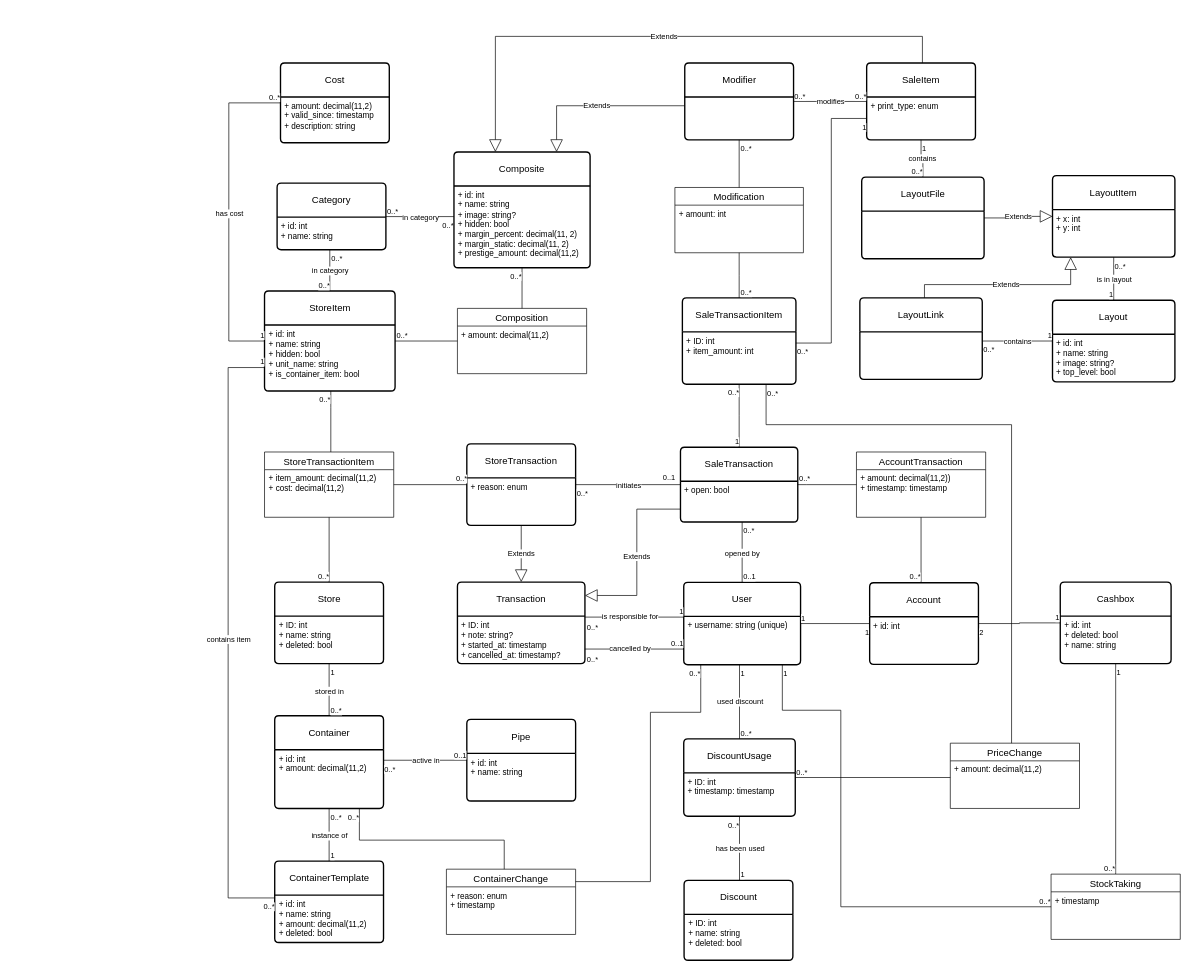
Above: page "ER_New" (1 of 5) of doc/Diagrams.drawio.xml in MrakDun-desu/kis-v4 (draw.io), before the change. Source tidied: cells renumbered, new cells numbered last; positions are measured from the earlier drawing's top-left corner, leaving out a move shared by most shapes. Both pictures are drawn from the tidied source at 68%, with x=0, y=0 at pixel (228, 36).
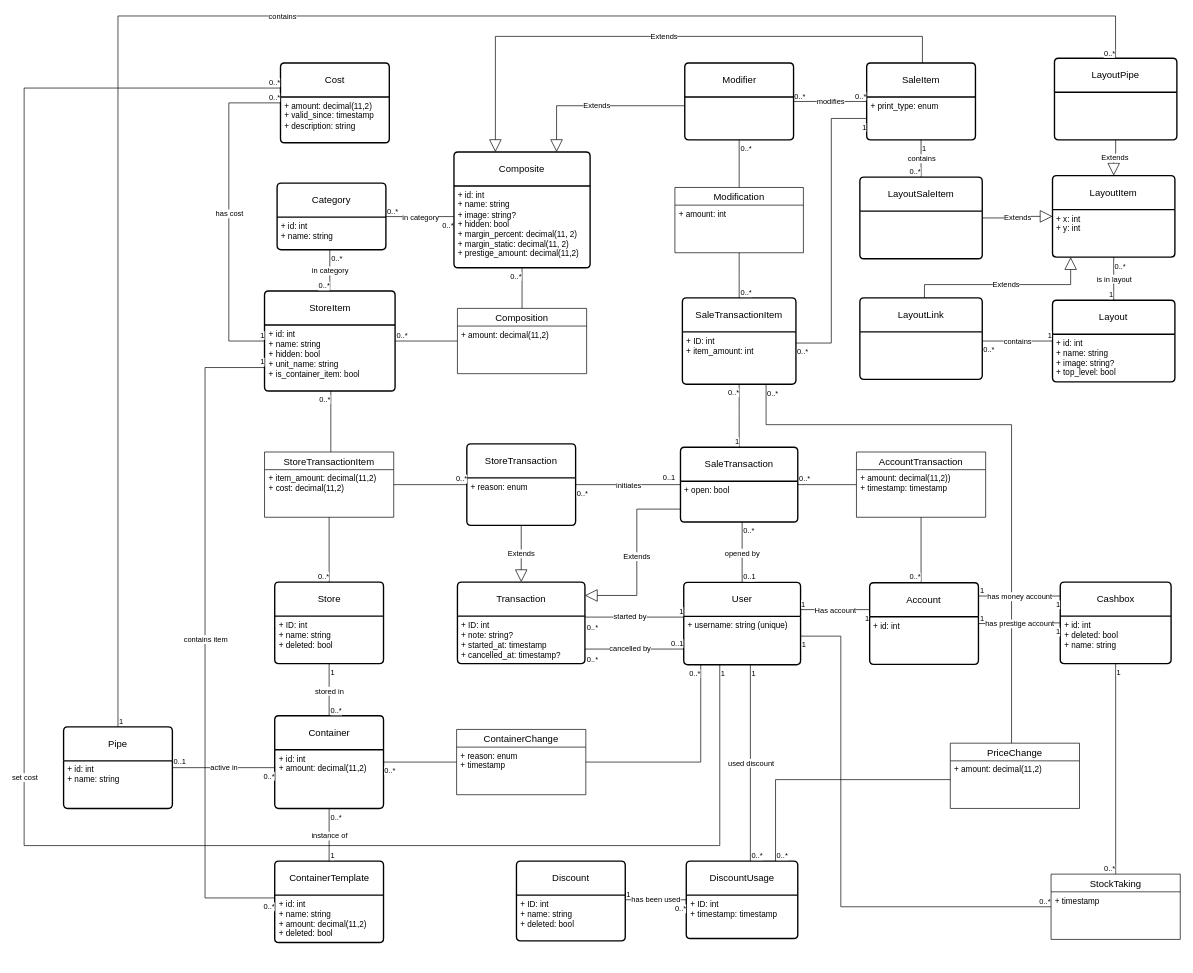
Above is the later version.

Unchanged cells that the change refers to:
```xml
<mxCell id="4" value="&lt;div&gt;StoreItem&lt;/div&gt;" style="swimlane;horizontal=1;startSize=50;rounded=1;fontSize=14;fontStyle=0;strokeWidth=2;shadow=0;dashed=0;align=center;arcSize=4;whiteSpace=wrap;html=1;" parent="1" vertex="1">
  <mxGeometry x="53.5" y="374.5" width="192" height="147" as="geometry" />
</mxCell>
<mxCell id="12" value="Cashbox" style="swimlane;horizontal=1;startSize=50;rounded=1;fontSize=14;fontStyle=0;strokeWidth=2;shadow=0;dashed=0;align=center;arcSize=4;whiteSpace=wrap;html=1;" parent="1" vertex="1">
  <mxGeometry x="1223.7" y="802.5" width="163" height="120" as="geometry" />
</mxCell>
<mxCell id="16" value="User" style="swimlane;horizontal=1;startSize=50;rounded=1;fontSize=14;fontStyle=0;strokeWidth=2;shadow=0;dashed=0;align=center;arcSize=4;whiteSpace=wrap;html=1;" parent="1" vertex="1">
  <mxGeometry x="670" y="803" width="171.8" height="121" as="geometry" />
</mxCell>
<mxCell id="22" value="Container" style="swimlane;horizontal=1;startSize=50;rounded=1;fontSize=14;fontStyle=0;strokeWidth=2;shadow=0;dashed=0;align=center;arcSize=4;whiteSpace=wrap;html=1;" parent="1" vertex="1">
  <mxGeometry x="68.5" y="999" width="160" height="136.4" as="geometry" />
</mxCell>
<mxCell id="40" style="endArrow=none;html=1;rounded=0;endFill=0;edgeStyle=orthogonalEdgeStyle;" parent="1" edge="1" source="6" target="16">
  <mxGeometry relative="1" as="geometry">
    <Array as="points">
      <mxPoint x="595" y="854" />
      <mxPoint x="595" y="854" />
    </Array>
  </mxGeometry>
</mxCell>
<mxCell id="52" style="endArrow=none;html=1;rounded=0;endFill=0;edgeStyle=orthogonalEdgeStyle;" parent="1" edge="1" source="50" target="22">
  <mxGeometry relative="1" as="geometry">
    <Array as="points">
      <mxPoint x="155" y="1059.2" />
    </Array>
  </mxGeometry>
</mxCell>
<mxCell id="64" value="Account" style="swimlane;horizontal=1;startSize=50;rounded=1;fontSize=14;fontStyle=0;strokeWidth=2;shadow=0;dashed=0;align=center;arcSize=4;whiteSpace=wrap;html=1;" parent="1" vertex="1">
  <mxGeometry x="943.4" y="803.5" width="160" height="120" as="geometry" />
</mxCell>
<mxCell id="70" value="Cost" style="swimlane;horizontal=1;startSize=50;rounded=1;fontSize=14;fontStyle=0;strokeWidth=2;shadow=0;dashed=0;align=center;arcSize=4;whiteSpace=wrap;html=1;" parent="1" vertex="1">
  <mxGeometry x="77" y="39.2" width="160" height="117.2" as="geometry" />
</mxCell>
<mxCell id="78" value="PriceChange" style="swimlane;fontStyle=0;horizontal=1;startSize=26;align=center;fontSize=14;" parent="1" vertex="1">
  <mxGeometry x="1062" y="1039.4" width="190" height="96" as="geometry" />
</mxCell>
<mxCell id="130" value="LayoutItem" style="swimlane;horizontal=1;startSize=50;rounded=1;fontSize=14;fontStyle=0;strokeWidth=2;shadow=0;dashed=0;align=center;arcSize=4;whiteSpace=wrap;html=1;" parent="1" vertex="1">
  <mxGeometry x="1212.3" y="204.7" width="180" height="120" as="geometry" />
</mxCell>
<mxCell id="146" value="ContainerTemplate" style="swimlane;horizontal=1;startSize=50;rounded=1;fontSize=14;fontStyle=0;strokeWidth=2;shadow=0;dashed=0;align=center;arcSize=4;whiteSpace=wrap;html=1;" parent="1" vertex="1">
  <mxGeometry x="68.5" y="1212.8" width="160" height="119.7" as="geometry" />
</mxCell>
<mxCell id="175" value="StockTaking" style="swimlane;fontStyle=0;horizontal=1;startSize=26;align=center;fontSize=14;fontColor=default;" parent="1" vertex="1">
  <mxGeometry x="1210.2" y="1232" width="190" height="96" as="geometry" />
</mxCell>
```

What changed in the source:
```diff
@@
-    <mxCell id="41" value="is responsible for" style="edgeLabel;html=1;align=center;verticalAlign=middle;" parent="40" vertex="1">
+    <mxCell id="41" value="started by" style="edgeLabel;html=1;align=center;verticalAlign=middle;" parent="40" vertex="1">
       <mxGeometry relative="1" as="geometry">
         <mxPoint x="-7" y="-2" as="offset" />
       </mxGeometry>
     </mxCell>
@@
     <mxCell id="50" value="Pipe" style="swimlane;horizontal=1;startSize=50;rounded=1;fontSize=14;fontStyle=0;strokeWidth=2;shadow=0;dashed=0;align=center;arcSize=4;whiteSpace=wrap;html=1;" parent="1" vertex="1">
-      <mxGeometry x="351" y="1004.5" width="160" height="120" as="geometry" />
+      <mxGeometry x="-242" y="1015.4" width="160" height="120" as="geometry" />
     </mxCell>
@@
-    <mxCell id="54" value="0..1" style="edgeLabel;html=1;align=right;verticalAlign=bottom;" parent="52" vertex="1">
+    <mxCell id="54" value="0..1" style="edgeLabel;html=1;align=left;verticalAlign=bottom;" parent="52" vertex="1">
       <mxGeometry x="-1" relative="1" as="geometry" />
     </mxCell>
-    <mxCell id="55" value="0..*" style="edgeLabel;html=1;align=left;verticalAlign=top;" parent="52" vertex="1">
+    <mxCell id="55" value="0..*" style="edgeLabel;html=1;align=right;verticalAlign=top;" parent="52" vertex="1">
       <mxGeometry x="1" relative="1" as="geometry" />
     </mxCell>
     <mxCell id="56" value="Discount" style="swimlane;horizontal=1;startSize=50;rounded=1;fontSize=14;fontStyle=0;strokeWidth=2;shadow=0;dashed=0;align=center;arcSize=4;whiteSpace=wrap;html=1;" parent="1" vertex="1">
-      <mxGeometry x="670.5" y="1241.2" width="160" height="117.4" as="geometry" />
+      <mxGeometry x="424" y="1212.8" width="160" height="117.4" as="geometry" />
     </mxCell>
@@
     <mxCell id="68" value="DiscountUsage" style="swimlane;horizontal=1;startSize=50;rounded=1;fontSize=14;fontStyle=0;strokeWidth=2;shadow=0;dashed=0;align=center;arcSize=4;whiteSpace=wrap;html=1;" parent="1" vertex="1">
-      <mxGeometry x="670" y="1033" width="164" height="113.8" as="geometry" />
+      <mxGeometry x="673.7" y="1212.8" width="164" height="113.8" as="geometry" />
     </mxCell>
@@
     <mxCell id="80" style="endArrow=none;html=1;rounded=0;endFill=0;edgeStyle=orthogonalEdgeStyle;" parent="1" edge="1" source="68" target="78">
       <mxGeometry relative="1" as="geometry">
         <Array as="points">
-          <mxPoint x="1094.5" y="1093.2" />
-          <mxPoint x="1094.5" y="1093.2" />
+          <mxPoint x="805" y="1093" />
         </Array>
       </mxGeometry>
     </mxCell>
@@
     <mxCell id="82" style="endArrow=none;html=1;rounded=0;endFill=0;edgeStyle=orthogonalEdgeStyle;" parent="1" edge="1" source="68" target="16">
       <mxGeometry relative="1" as="geometry">
         <Array as="points">
-          <mxPoint x="786" y="1051" />
-          <mxPoint x="786" y="1051" />
+          <mxPoint x="768" y="1068" />
+          <mxPoint x="768" y="1068" />
         </Array>
       </mxGeometry>
     </mxCell>
@@
     <mxCell id="86" style="endArrow=none;html=1;rounded=0;endFill=0;edgeStyle=orthogonalEdgeStyle;" parent="1" edge="1" source="68" target="56">
       <mxGeometry relative="1" as="geometry">
         <Array as="points">
-          <mxPoint x="673.5" y="1093.2" />
-          <mxPoint x="673.5" y="1093.2" />
+          <mxPoint x="695" y="1223" />
+          <mxPoint x="695" y="1223" />
         </Array>
       </mxGeometry>
     </mxCell>
@@
-    <mxCell id="136" value="LayoutFile" style="swimlane;horizontal=1;startSize=50;rounded=1;fontSize=14;fontStyle=0;strokeWidth=2;shadow=0;dashed=0;align=center;arcSize=4;whiteSpace=wrap;html=1;" parent="1" vertex="1">
-      <mxGeometry x="931.7" y="207" width="180" height="120" as="geometry" />
+    <mxCell id="136" value="LayoutSaleItem" style="swimlane;horizontal=1;startSize=50;rounded=1;fontSize=14;fontStyle=0;strokeWidth=2;shadow=0;dashed=0;align=center;arcSize=4;whiteSpace=wrap;html=1;" parent="1" vertex="1">
+      <mxGeometry x="929" y="207" width="180" height="120" as="geometry" />
     </mxCell>
@@
     <mxCell id="152" style="endArrow=none;html=1;rounded=0;endFill=0;edgeStyle=orthogonalEdgeStyle;" parent="1" edge="1" source="4" target="146">
       <mxGeometry relative="1" as="geometry">
         <Array as="points">
-          <mxPoint y="487" />
-          <mxPoint y="1267" />
+          <mxPoint x="-34" y="487" />
+          <mxPoint x="-34" y="1267" />
         </Array>
       </mxGeometry>
     </mxCell>
@@
     <mxCell id="156" style="endArrow=none;html=1;rounded=0;endFill=0;edgeStyle=orthogonalEdgeStyle;" parent="1" edge="1" source="64" target="16">
-      <mxGeometry relative="1" as="geometry" />
+      <mxGeometry relative="1" as="geometry">
+        <Array as="points">
+          <mxPoint x="898" y="843" />
+          <mxPoint x="898" y="843" />
+        </Array>
+      </mxGeometry>
     </mxCell>
@@
-    <mxCell id="159" style="endArrow=none;html=1;rounded=0;endFill=0;edgeStyle=orthogonalEdgeStyle;" parent="1" edge="1" source="64" target="12">
-      <mxGeometry relative="1" as="geometry" />
-    </mxCell>
-    <mxCell id="160" value="2" style="edgeLabel;html=1;align=left;verticalAlign=top;" parent="159" vertex="1">
-      <mxGeometry x="-1" relative="1" as="geometry" />
-    </mxCell>
-    <mxCell id="161" value="1" style="edgeLabel;html=1;align=right;verticalAlign=bottom;" parent="159" vertex="1">
-      <mxGeometry x="1" relative="1" as="geometry" />
-    </mxCell>
+    <mxCell id="177" value="Has account" style="edgeLabel;html=1;align=center;verticalAlign=middle;" parent="156" vertex="1">
+      <mxGeometry relative="1" as="geometry" />
+    </mxCell>
     <mxCell id="162" value="ContainerChange" style="swimlane;fontStyle=0;horizontal=1;startSize=26;align=center;fontSize=14;fontColor=default;" parent="1" vertex="1">
-      <mxGeometry x="321" y="1224.7" width="190" height="96" as="geometry" />
+      <mxGeometry x="336" y="1019.2" width="190" height="96" as="geometry" />
     </mxCell>
@@
     <mxCell id="164" style="endArrow=none;html=1;rounded=0;endFill=0;edgeStyle=orthogonalEdgeStyle;" parent="1" edge="1" source="162" target="22">
       <mxGeometry relative="1" as="geometry">
         <Array as="points">
-          <mxPoint x="406" y="1182" />
-          <mxPoint x="193" y="1182" />
+          <mxPoint x="285" y="1067" />
+          <mxPoint x="285" y="1067" />
         </Array>
       </mxGeometry>
     </mxCell>
-    <mxCell id="165" value="0..*" style="edgeLabel;html=1;align=right;verticalAlign=top;" parent="164" vertex="1">
+    <mxCell id="165" value="0..*" style="edgeLabel;html=1;align=left;verticalAlign=top;" parent="164" vertex="1">
       <mxGeometry x="1" relative="1" as="geometry" />
     </mxCell>
     <mxCell id="166" style="endArrow=none;html=1;rounded=0;endFill=0;edgeStyle=orthogonalEdgeStyle;" parent="1" edge="1" source="162" target="16">
       <mxGeometry relative="1" as="geometry">
         <Array as="points">
-          <mxPoint x="621" y="1243" />
-          <mxPoint x="621" y="994" />
-          <mxPoint x="695" y="994" />
+          <mxPoint x="695" y="1067" />
         </Array>
       </mxGeometry>
     </mxCell>
@@
     <mxCell id="172" style="endArrow=none;html=1;rounded=0;endFill=0;edgeStyle=orthogonalEdgeStyle;" parent="1" edge="1" source="175" target="16">
       <mxGeometry relative="1" as="geometry">
         <Array as="points">
           <mxPoint x="901" y="1280" />
-          <mxPoint x="901" y="991" />
-          <mxPoint x="815" y="991" />
+          <mxPoint x="901" y="882" />
         </Array>
       </mxGeometry>
     </mxCell>
@@
+    <mxCell id="178" value="LayoutPipe" style="swimlane;horizontal=1;startSize=50;rounded=1;fontSize=14;fontStyle=0;strokeWidth=2;shadow=0;dashed=0;align=center;arcSize=4;whiteSpace=wrap;html=1;" parent="1" vertex="1">
+      <mxGeometry x="1215.2" y="32.2" width="180" height="120" as="geometry" />
+    </mxCell>
+    <mxCell id="179" value="Extends" style="endArrow=block;endSize=16;endFill=0;html=1;rounded=0;edgeStyle=orthogonalEdgeStyle;" parent="1" edge="1" source="178" target="130">
+      <mxGeometry x="0.01" relative="1" as="geometry" />
+    </mxCell>
+    <mxCell id="180" style="endArrow=none;html=1;rounded=0;endFill=0;edgeStyle=orthogonalEdgeStyle;" parent="1" edge="1" source="50" target="178">
+      <mxGeometry relative="1" as="geometry">
+        <Array as="points">
+          <mxPoint x="-162" y="-30" />
+          <mxPoint x="1305" y="-30" />
+        </Array>
+      </mxGeometry>
+    </mxCell>
+    <mxCell id="181" value="&lt;div&gt;1&lt;/div&gt;" style="edgeLabel;html=1;align=left;verticalAlign=bottom;" parent="180" vertex="1">
+      <mxGeometry x="-1" relative="1" as="geometry" />
+    </mxCell>
+    <mxCell id="182" value="&lt;div&gt;0..*&lt;/div&gt;" style="edgeLabel;html=1;align=right;verticalAlign=bottom;" parent="180" vertex="1">
+      <mxGeometry x="1" relative="1" as="geometry" />
+    </mxCell>
+    <mxCell id="183" value="contains" style="edgeLabel;html=1;align=center;verticalAlign=middle;" parent="180" vertex="1">
+      <mxGeometry relative="1" as="geometry" />
+    </mxCell>
+    <mxCell id="184" style="endArrow=none;html=1;rounded=0;endFill=0;edgeStyle=orthogonalEdgeStyle;" parent="1" edge="1" source="70" target="16">
+      <mxGeometry relative="1" as="geometry">
+        <Array as="points">
+          <mxPoint x="-300" y="76" />
+          <mxPoint x="-300" y="1190" />
+          <mxPoint x="723" y="1190" />
+        </Array>
+      </mxGeometry>
+    </mxCell>
+    <mxCell id="185" value="set cost" style="edgeLabel;html=1;align=center;verticalAlign=middle;" parent="184" vertex="1">
+      <mxGeometry relative="1" as="geometry" />
+    </mxCell>
+    <mxCell id="186" value="0..*" style="edgeLabel;html=1;align=right;verticalAlign=bottom;" parent="184" vertex="1">
+      <mxGeometry x="-1" relative="1" as="geometry" />
+    </mxCell>
+    <mxCell id="187" value="1" style="edgeLabel;html=1;align=left;verticalAlign=top;" parent="184" vertex="1">
+      <mxGeometry x="1" relative="1" as="geometry" />
+    </mxCell>
+    <mxCell id="188" style="endArrow=none;html=1;rounded=0;endFill=0;edgeStyle=orthogonalEdgeStyle;" parent="1" edge="1" source="12" target="64">
+      <mxGeometry relative="1" as="geometry">
+        <Array as="points">
+          <mxPoint x="1165" y="823" />
+          <mxPoint x="1165" y="823" />
+        </Array>
+      </mxGeometry>
+    </mxCell>
+    <mxCell id="189" value="1" style="edgeLabel;html=1;align=right;verticalAlign=top;" parent="188" vertex="1">
+      <mxGeometry x="-1" relative="1" as="geometry" />
+    </mxCell>
+    <mxCell id="190" value="1" style="edgeLabel;html=1;align=left;verticalAlign=bottom;" parent="188" vertex="1">
+      <mxGeometry x="1" relative="1" as="geometry" />
+    </mxCell>
+    <mxCell id="191" value="has money account" style="edgeLabel;html=1;align=center;verticalAlign=middle;" parent="188" vertex="1">
+      <mxGeometry relative="1" as="geometry" />
+    </mxCell>
+    <mxCell id="192" style="endArrow=none;html=1;rounded=0;endFill=0;edgeStyle=orthogonalEdgeStyle;" parent="1" edge="1" source="12" target="64">
+      <mxGeometry relative="1" as="geometry" />
+    </mxCell>
+    <mxCell id="193" value="1" style="edgeLabel;html=1;align=right;verticalAlign=top;" parent="192" vertex="1">
+      <mxGeometry x="-1" relative="1" as="geometry" />
+    </mxCell>
+    <mxCell id="194" value="1" style="edgeLabel;html=1;align=left;verticalAlign=bottom;" parent="192" vertex="1">
+      <mxGeometry x="1" relative="1" as="geometry" />
+    </mxCell>
+    <mxCell id="195" value="has prestige account" style="edgeLabel;html=1;align=center;verticalAlign=middle;" parent="192" vertex="1">
+      <mxGeometry relative="1" as="geometry" />
+    </mxCell>
```
